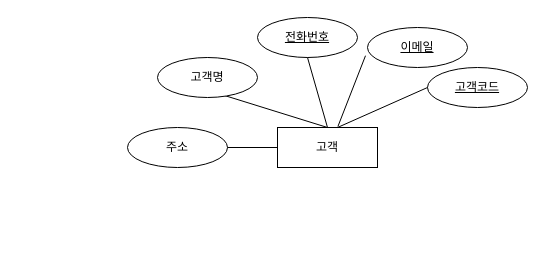
This is 제목 없는 다이어그램.drawio from eunjiProgramming/erd, a draw.io file, before an edit. Source tidied: cells renumbered, new cells numbered last; positions are measured from the earlier drawing's top-left corner, leaving out a move shared by most shapes. Both pictures are drawn from the tidied source at 100%, with x=0, y=0 at pixel (127, 17).
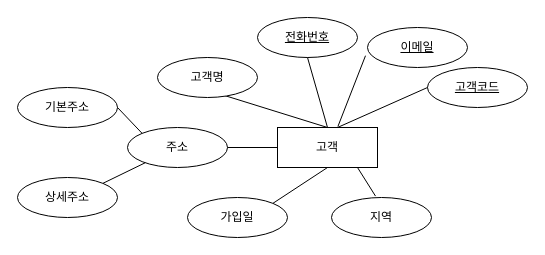
Above is the later version.

Commit message (it also covers changes not shown here):
제목 없는 다이어그램.drawio 업데이트

Unchanged cells that the change refers to:
```xml
<mxCell id="2" value="고객" style="whiteSpace=wrap;html=1;align=center;" parent="1" vertex="1">
  <mxGeometry x="150" y="110" width="100" height="40" as="geometry" />
</mxCell>
<mxCell id="12" value="주소" style="ellipse;whiteSpace=wrap;html=1;align=center;" parent="1" vertex="1">
  <mxGeometry y="110" width="100" height="40" as="geometry" />
</mxCell>
```

Change to the diagram source:
```diff
@@
+    <mxCell id="14" value="기본주소" style="ellipse;whiteSpace=wrap;html=1;align=center;" parent="1" vertex="1">
+      <mxGeometry x="-110" y="70" width="100" height="40" as="geometry" />
+    </mxCell>
+    <mxCell id="15" value="상세주소" style="ellipse;whiteSpace=wrap;html=1;align=center;" parent="1" vertex="1">
+      <mxGeometry x="-110" y="160" width="100" height="40" as="geometry" />
+    </mxCell>
+    <mxCell id="16" style="endArrow=none;html=1;rounded=0;exitX=1;exitY=0.5;exitDx=0;exitDy=0;entryX=0;entryY=0;entryDx=0;entryDy=0;" parent="1" edge="1" source="14" target="12">
+      <mxGeometry relative="1" as="geometry" />
+    </mxCell>
+    <mxCell id="17" style="endArrow=none;html=1;rounded=0;exitX=1;exitY=0;exitDx=0;exitDy=0;" parent="1" edge="1" source="15" target="12">
+      <mxGeometry relative="1" as="geometry" />
+    </mxCell>
+    <mxCell id="18" value="가입일" style="ellipse;whiteSpace=wrap;html=1;align=center;" parent="1" vertex="1">
+      <mxGeometry x="60" y="180" width="100" height="40" as="geometry" />
+    </mxCell>
+    <mxCell id="19" style="endArrow=none;html=1;rounded=0;entryX=0.5;entryY=1;entryDx=0;entryDy=0;exitX=1;exitY=0;exitDx=0;exitDy=0;" parent="1" edge="1" source="18" target="2">
+      <mxGeometry relative="1" as="geometry" />
+    </mxCell>
+    <mxCell id="20" value="지역" style="ellipse;whiteSpace=wrap;html=1;align=center;" parent="1" vertex="1">
+      <mxGeometry x="204" y="180" width="100" height="40" as="geometry" />
+    </mxCell>
+    <mxCell id="21" style="endArrow=none;html=1;rounded=0;entryX=0.44;entryY=-0.035;entryDx=0;entryDy=0;exitX=1;exitY=0;exitDx=0;exitDy=0;entryPerimeter=0;" parent="1" edge="1" target="20">
+      <mxGeometry relative="1" as="geometry">
+        <mxPoint x="230" y="150" as="sourcePoint" />
+      </mxGeometry>
+    </mxCell>
```
